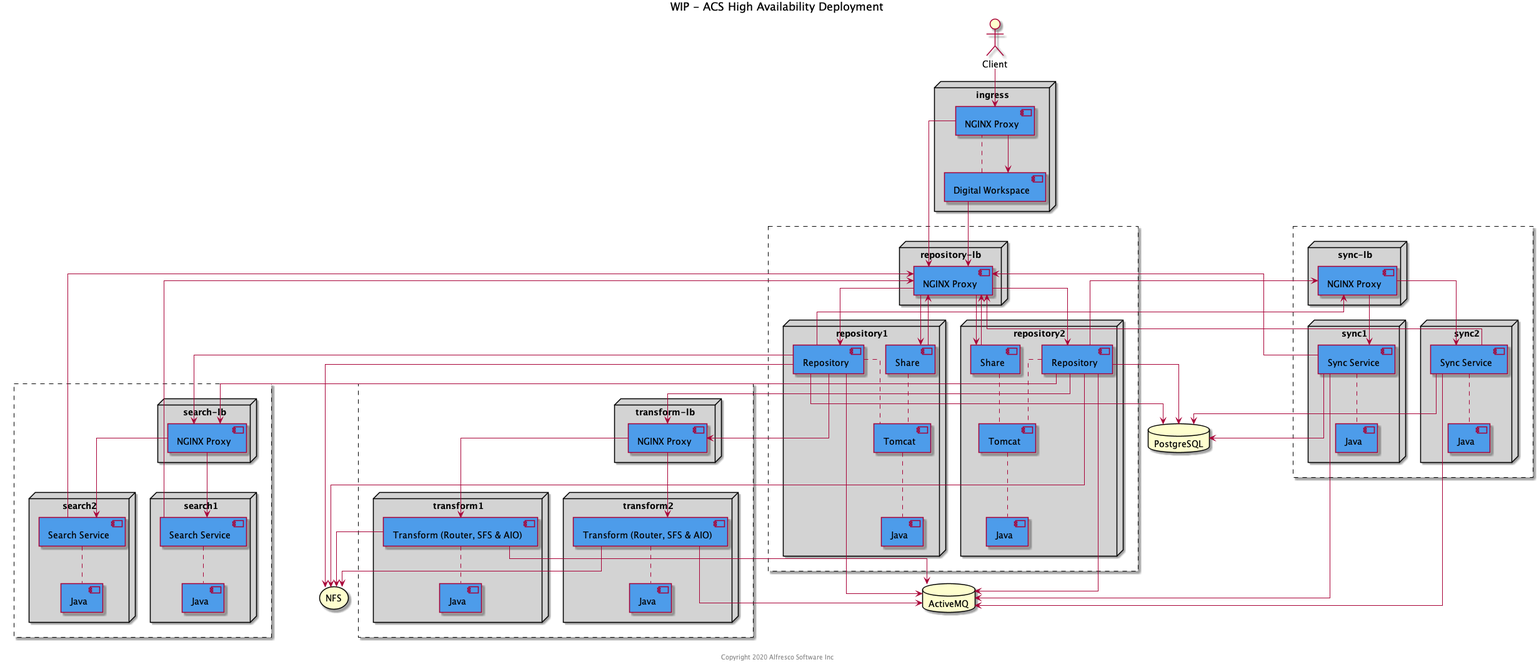
Before: docs/resources/acs-ha.png, a diagram exported from PlantUML (Alfresco/alfresco-ansible-deployment).
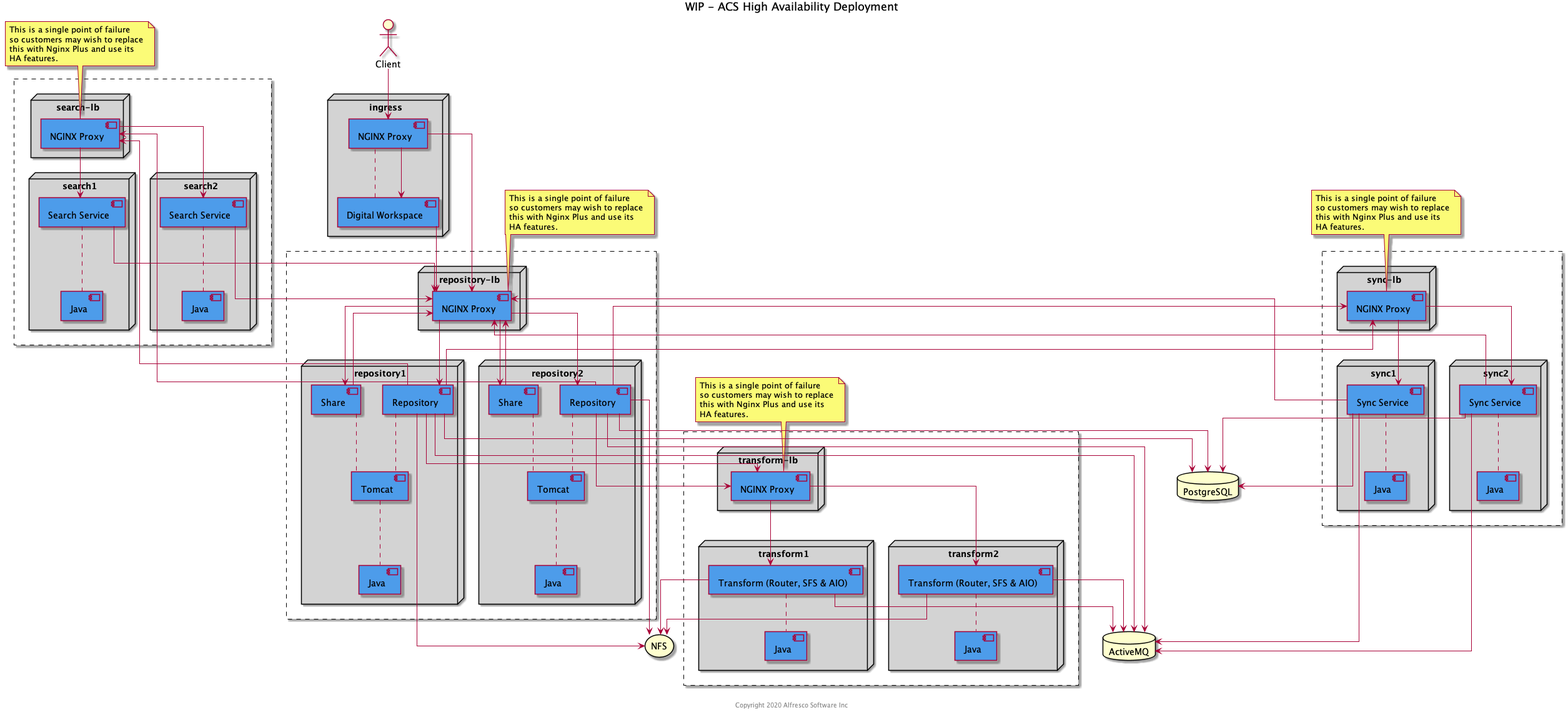
Above is the later version.

Commit message:
Updated diagrams following review from Brian.

The edit, as a diff of the source:
```diff
@@ -88,6 +88,34 @@
 database "PostgreSQL" as psql
 storage "NFS" as nfs
 
+note top of repolb
+This is a single point of failure
+so customers may wish to replace
+this with Nginx Plus and use its
+HA features.
+end note
+
+note top of searchlb
+This is a single point of failure
+so customers may wish to replace
+this with Nginx Plus and use its
+HA features.
+end note
+
+note top of transformlb
+This is a single point of failure
+so customers may wish to replace
+this with Nginx Plus and use its
+HA features.
+end note
+
+note top of synclb
+This is a single point of failure
+so customers may wish to replace
+this with Nginx Plus and use its
+HA features.
+end note
+
 adw .. proxy
 repo1 .. tomcat1
 share1 .. tomcat1
```
